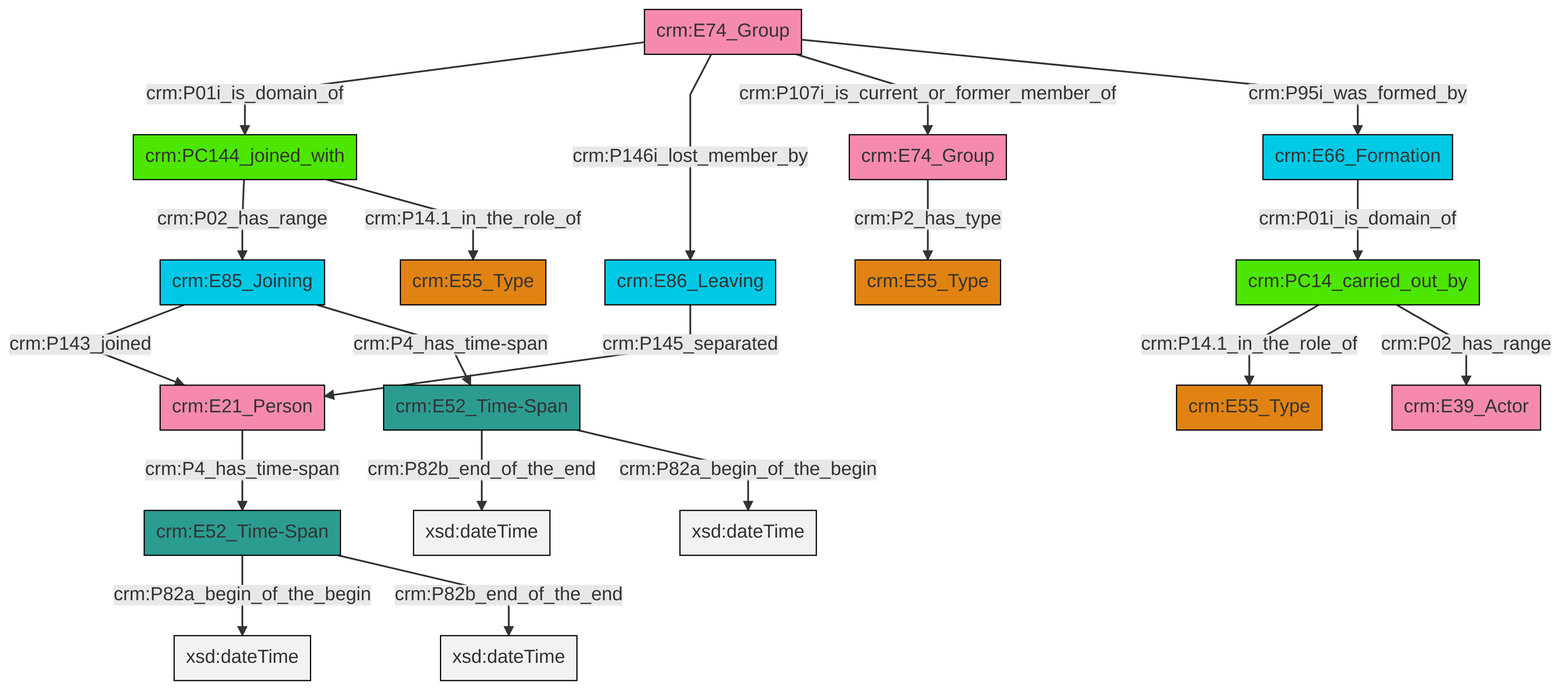
The Mermaid diagram et/groupCSV/ttl/mmd/png/group_actor_relations.png in swiss-art-research-net/reference-data-models, before a commit. Its source is kept beside it as et/groupCSV/ttl/mmd/group_actor_relations.ttl.mmd. Its diagram source:
```mermaid
graph TD
classDef Literal fill:#f2f2f2,stroke:#000000;
classDef CRM_Entity fill:#FFFFFF,stroke:#000000;
classDef Temporal_Entity fill:#00C9E6, stroke:#000000;
classDef Type fill:#E18312, stroke:#000000;
classDef Time-Span fill:#2C9C91, stroke:#000000;
classDef Appellation fill:#FFEB7F, stroke:#000000;
classDef Place fill:#008836, stroke:#000000;
classDef Persistent_Item fill:#B266B2, stroke:#000000;
classDef Conceptual_Object fill:#FFD700, stroke:#000000;
classDef Physical_Thing fill:#D2B48C, stroke:#000000;
classDef Actor fill:#f58aad, stroke:#000000;
classDef PC_Classes fill:#4ce600, stroke:#000000;
classDef Multi fill:#cccccc,stroke:#000000;

2["crm:E52_Time-Span"]:::Time-Span -->|crm:P82a_begin_of_the_begin| 3[xsd:dateTime]:::Literal
4["crm:PC14_carried_out_by"]:::PC_Classes -->|crm:P14.1_in_the_role_of| 0["crm:E55_Type"]:::Type
8["crm:E85_Joining"]:::Temporal_Entity -->|crm:P143_joined| 9["crm:E21_Person"]:::Actor
15["crm:E74_Group"]:::Actor -->|crm:P01i_is_domain_of| 16["crm:PC144_joined_with"]:::PC_Classes
18["crm:E66_Formation"]:::Temporal_Entity -->|crm:P01i_is_domain_of| 4["crm:PC14_carried_out_by"]:::PC_Classes
16["crm:PC144_joined_with"]:::PC_Classes -->|crm:P02_has_range| 8["crm:E85_Joining"]:::Temporal_Entity
15["crm:E74_Group"]:::Actor -->|crm:P146i_lost_member_by| 12["crm:E86_Leaving"]:::Temporal_Entity
20["crm:E52_Time-Span"]:::Time-Span -->|crm:P82b_end_of_the_end| 21[xsd:dateTime]:::Literal
9["crm:E21_Person"]:::Actor -->|crm:P4_has_time-span| 2["crm:E52_Time-Span"]:::Time-Span
20["crm:E52_Time-Span"]:::Time-Span -->|crm:P82a_begin_of_the_begin| 26[xsd:dateTime]:::Literal
12["crm:E86_Leaving"]:::Temporal_Entity -->|crm:P145_separated| 9["crm:E21_Person"]:::Actor
4["crm:PC14_carried_out_by"]:::PC_Classes -->|crm:P02_has_range| 10["crm:E39_Actor"]:::Actor
15["crm:E74_Group"]:::Actor -->|crm:P107i_is_current_or_former_member_of| 22["crm:E74_Group"]:::Actor
16["crm:PC144_joined_with"]:::PC_Classes -->|crm:P14.1_in_the_role_of| 6["crm:E55_Type"]:::Type
2["crm:E52_Time-Span"]:::Time-Span -->|crm:P82b_end_of_the_end| 31[xsd:dateTime]:::Literal
15["crm:E74_Group"]:::Actor -->|crm:P95i_was_formed_by| 18["crm:E66_Formation"]:::Temporal_Entity
22["crm:E74_Group"]:::Actor -->|crm:P2_has_type| 24["crm:E55_Type"]:::Type
8["crm:E85_Joining"]:::Temporal_Entity -->|crm:P4_has_time-span| 20["crm:E52_Time-Span"]:::Time-Span
```
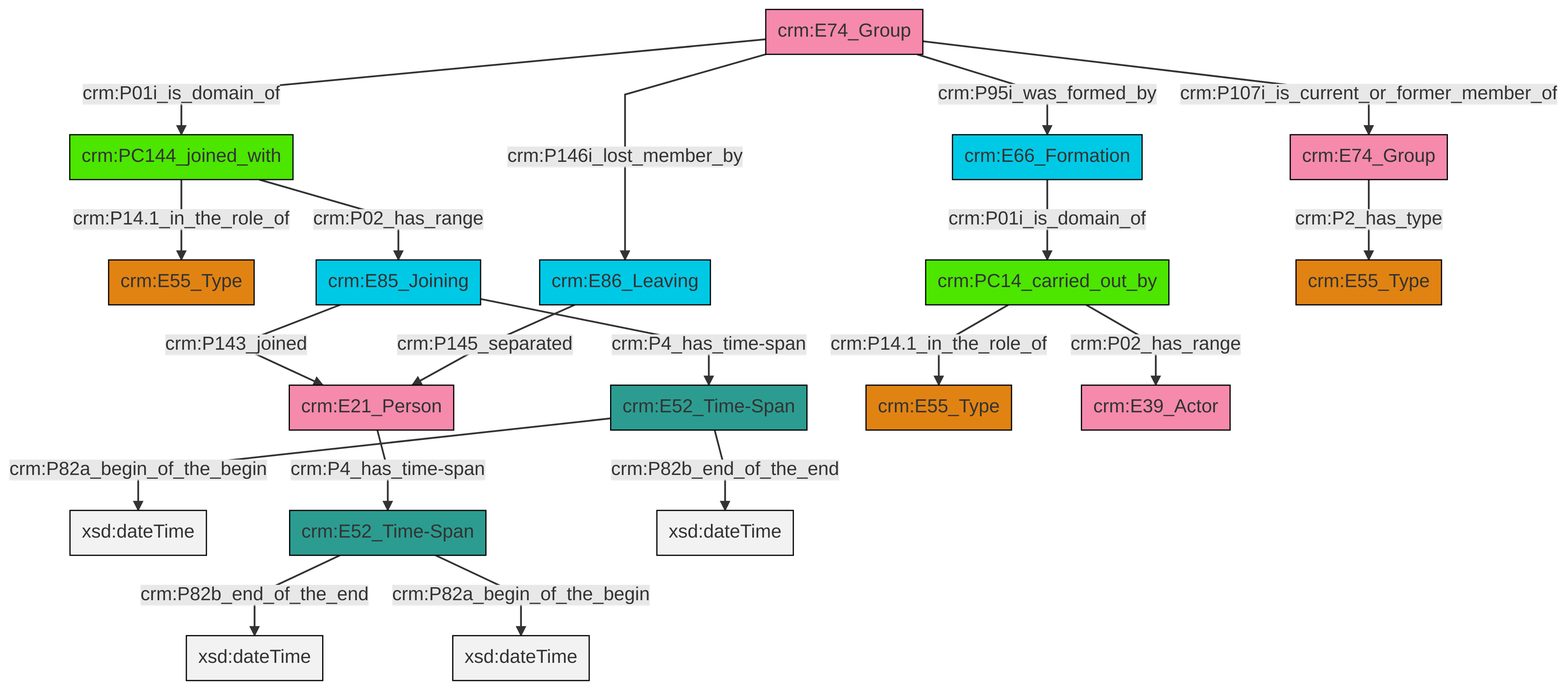
After the commit.

What changed in the source:
```diff
@@ -13,21 +13,21 @@
 classDef PC_Classes fill:#4ce600, stroke:#000000;
 classDef Multi fill:#cccccc,stroke:#000000;
 
-2["crm:E52_Time-Span"]:::Time-Span -->|crm:P82a_begin_of_the_begin| 3[xsd:dateTime]:::Literal
-4["crm:PC14_carried_out_by"]:::PC_Classes -->|crm:P14.1_in_the_role_of| 0["crm:E55_Type"]:::Type
-8["crm:E85_Joining"]:::Temporal_Entity -->|crm:P143_joined| 9["crm:E21_Person"]:::Actor
-15["crm:E74_Group"]:::Actor -->|crm:P01i_is_domain_of| 16["crm:PC144_joined_with"]:::PC_Classes
-18["crm:E66_Formation"]:::Temporal_Entity -->|crm:P01i_is_domain_of| 4["crm:PC14_carried_out_by"]:::PC_Classes
-16["crm:PC144_joined_with"]:::PC_Classes -->|crm:P02_has_range| 8["crm:E85_Joining"]:::Temporal_Entity
-15["crm:E74_Group"]:::Actor -->|crm:P146i_lost_member_by| 12["crm:E86_Leaving"]:::Temporal_Entity
-20["crm:E52_Time-Span"]:::Time-Span -->|crm:P82b_end_of_the_end| 21[xsd:dateTime]:::Literal
-9["crm:E21_Person"]:::Actor -->|crm:P4_has_time-span| 2["crm:E52_Time-Span"]:::Time-Span
-20["crm:E52_Time-Span"]:::Time-Span -->|crm:P82a_begin_of_the_begin| 26[xsd:dateTime]:::Literal
-12["crm:E86_Leaving"]:::Temporal_Entity -->|crm:P145_separated| 9["crm:E21_Person"]:::Actor
-4["crm:PC14_carried_out_by"]:::PC_Classes -->|crm:P02_has_range| 10["crm:E39_Actor"]:::Actor
-15["crm:E74_Group"]:::Actor -->|crm:P107i_is_current_or_former_member_of| 22["crm:E74_Group"]:::Actor
-16["crm:PC144_joined_with"]:::PC_Classes -->|crm:P14.1_in_the_role_of| 6["crm:E55_Type"]:::Type
-2["crm:E52_Time-Span"]:::Time-Span -->|crm:P82b_end_of_the_end| 31[xsd:dateTime]:::Literal
-15["crm:E74_Group"]:::Actor -->|crm:P95i_was_formed_by| 18["crm:E66_Formation"]:::Temporal_Entity
-22["crm:E74_Group"]:::Actor -->|crm:P2_has_type| 24["crm:E55_Type"]:::Type
-8["crm:E85_Joining"]:::Temporal_Entity -->|crm:P4_has_time-span| 20["crm:E52_Time-Span"]:::Time-Span
+2["crm:E85_Joining"]:::Temporal_Entity -->|crm:P143_joined| 3["crm:E21_Person"]:::Actor
+4["crm:E74_Group"]:::Actor -->|crm:P01i_is_domain_of| 5["crm:PC144_joined_with"]:::PC_Classes
+4["crm:E74_Group"]:::Actor -->|crm:P95i_was_formed_by| 7["crm:E66_Formation"]:::Temporal_Entity
+8["crm:E52_Time-Span"]:::Time-Span -->|crm:P82a_begin_of_the_begin| 9[xsd:dateTime]:::Literal
+4["crm:E74_Group"]:::Actor -->|crm:P146i_lost_member_by| 14["crm:E86_Leaving"]:::Temporal_Entity
+2["crm:E85_Joining"]:::Temporal_Entity -->|crm:P4_has_time-span| 8["crm:E52_Time-Span"]:::Time-Span
+15["crm:PC14_carried_out_by"]:::PC_Classes -->|crm:P14.1_in_the_role_of| 16["crm:E55_Type"]:::Type
+15["crm:PC14_carried_out_by"]:::PC_Classes -->|crm:P02_has_range| 17["crm:E39_Actor"]:::Actor
+12["crm:E74_Group"]:::Actor -->|crm:P2_has_type| 19["crm:E55_Type"]:::Type
+7["crm:E66_Formation"]:::Temporal_Entity -->|crm:P01i_is_domain_of| 15["crm:PC14_carried_out_by"]:::PC_Classes
+4["crm:E74_Group"]:::Actor -->|crm:P107i_is_current_or_former_member_of| 12["crm:E74_Group"]:::Actor
+5["crm:PC144_joined_with"]:::PC_Classes -->|crm:P02_has_range| 2["crm:E85_Joining"]:::Temporal_Entity
+24["crm:E52_Time-Span"]:::Time-Span -->|crm:P82b_end_of_the_end| 25[xsd:dateTime]:::Literal
+5["crm:PC144_joined_with"]:::PC_Classes -->|crm:P14.1_in_the_role_of| 0["crm:E55_Type"]:::Type
+8["crm:E52_Time-Span"]:::Time-Span -->|crm:P82b_end_of_the_end| 32[xsd:dateTime]:::Literal
+14["crm:E86_Leaving"]:::Temporal_Entity -->|crm:P145_separated| 3["crm:E21_Person"]:::Actor
+24["crm:E52_Time-Span"]:::Time-Span -->|crm:P82a_begin_of_the_begin| 34[xsd:dateTime]:::Literal
+3["crm:E21_Person"]:::Actor -->|crm:P4_has_time-span| 24["crm:E52_Time-Span"]:::Time-Span
```
